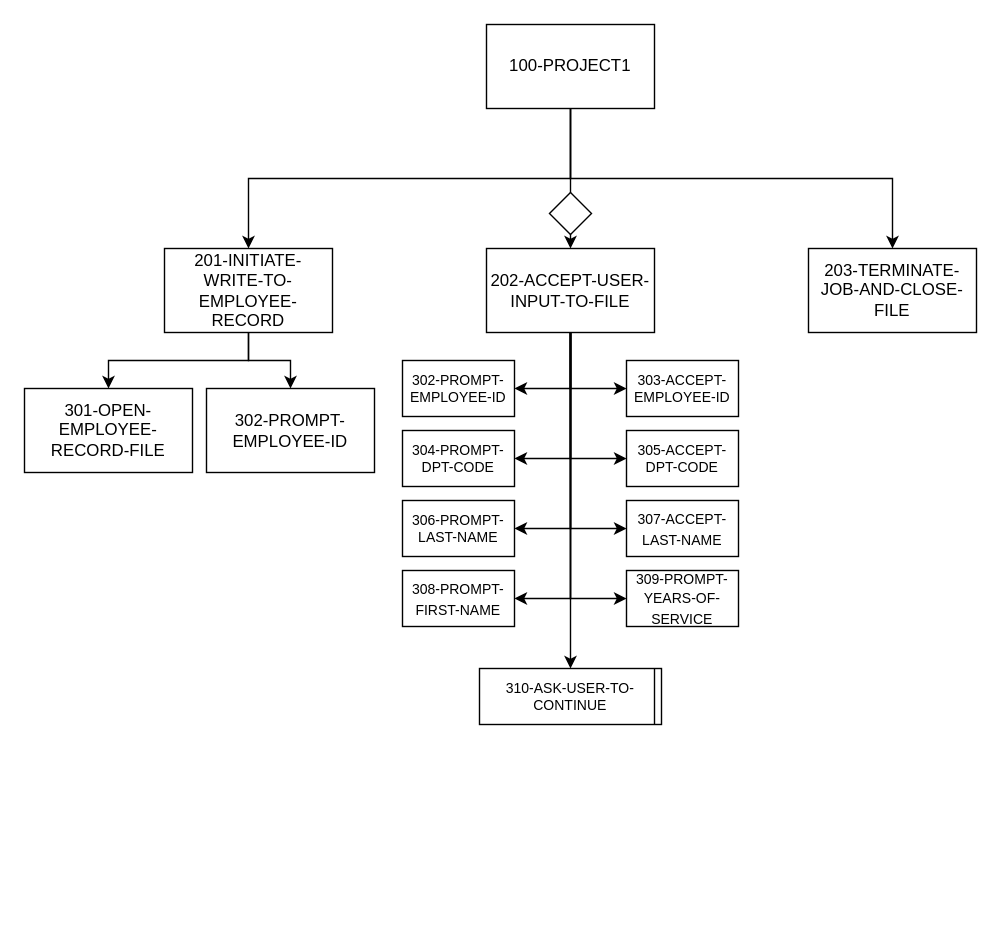
Above: Project_1_Function_Heirarchy.drawio in LavaLamp4708/CST8283_Project_1 (draw.io), before the change. Source tidied: cells renumbered, new cells numbered last; positions are measured from the earlier drawing's top-left corner, leaving out a move shared by most shapes. Both pictures are drawn from the tidied source at 140%, with x=0, y=0 at pixel (24, 24).
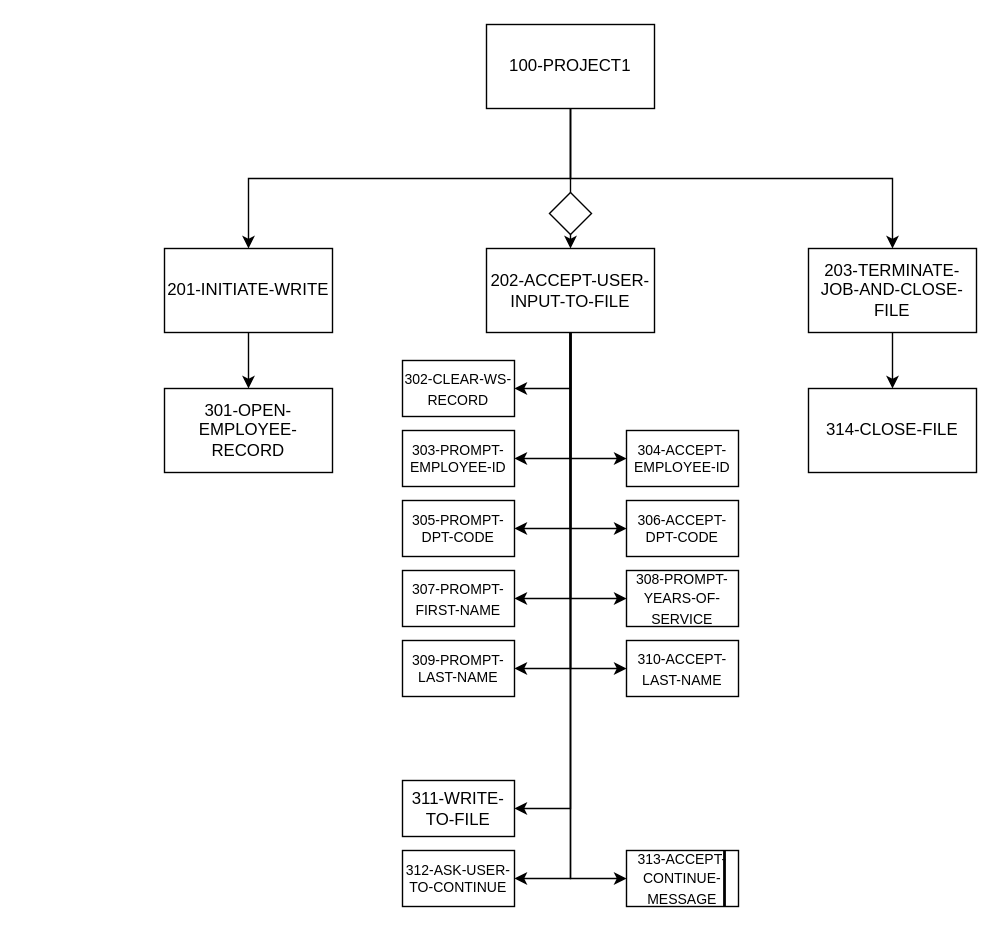
After the change.

Commit message:
Finished function heirarchy

Unchanged cells that the change refers to:
```xml
<mxCell id="18" value="202-ACCEPT-USER-INPUT-TO-FILE" style="whiteSpace=wrap;html=1;" parent="1" vertex="1">
  <mxGeometry x="330" y="160" width="120" height="60" as="geometry" />
</mxCell>
<mxCell id="19" value="203-TERMINATE-JOB-AND-CLOSE-FILE" style="whiteSpace=wrap;html=1;" parent="1" vertex="1">
  <mxGeometry x="560" y="160" width="120" height="60" as="geometry" />
</mxCell>
```

The edit, as a diff of the source:
```diff
@@
-    <mxCell id="7" style="edgeStyle=orthogonalEdgeStyle;rounded=0;jettySize=auto;html=1;" parent="1" edge="1" source="8" target="32">
-      <mxGeometry relative="1" as="geometry" />
-    </mxCell>
-    <mxCell id="8" value="201-INITIATE-WRITE-TO-EMPLOYEE-RECORD" style="whiteSpace=wrap;html=1;" parent="1" vertex="1">
+    <mxCell id="8" value="201-INITIATE-WRITE" style="whiteSpace=wrap;html=1;" parent="1" vertex="1">
       <mxGeometry x="100" y="160" width="120" height="60" as="geometry" />
     </mxCell>
-    <mxCell id="9" style="edgeStyle=orthogonalEdgeStyle;rounded=0;jettySize=auto;html=1;" parent="1" edge="1" source="18" target="29">
-      <mxGeometry relative="1" as="geometry" />
-    </mxCell>
@@
+    <mxCell id="9" style="edgeStyle=orthogonalEdgeStyle;rounded=0;jettySize=auto;html=1;entryX=1;entryY=0.5;entryDx=0;entryDy=0;" parent="1" edge="1" source="18" target="29">
+      <mxGeometry relative="1" as="geometry" />
+    </mxCell>
+    <mxCell id="34" style="edgeStyle=orthogonalEdgeStyle;rounded=0;jettySize=auto;html=1;entryX=0;entryY=0.5;entryDx=0;entryDy=0;" parent="1" edge="1" source="18" target="38">
+      <mxGeometry relative="1" as="geometry" />
+    </mxCell>
+    <mxCell id="35" style="edgeStyle=orthogonalEdgeStyle;rounded=0;jettySize=auto;html=1;entryX=1;entryY=0.5;entryDx=0;entryDy=0;" parent="1" edge="1" source="18" target="41">
+      <mxGeometry relative="1" as="geometry" />
+    </mxCell>
+    <mxCell id="36" style="edgeStyle=orthogonalEdgeStyle;rounded=0;jettySize=auto;html=1;entryX=1;entryY=0.5;entryDx=0;entryDy=0;" parent="1" edge="1" source="18" target="42">
+      <mxGeometry relative="1" as="geometry" />
+    </mxCell>
@@
+    <mxCell id="37" style="edgeStyle=orthogonalEdgeStyle;rounded=0;jettySize=auto;html=1;" parent="1" edge="1" source="19" target="39">
+      <mxGeometry relative="1" as="geometry" />
+    </mxCell>
@@
-    <mxCell id="21" value="302-PROMPT-EMPLOYEE-ID" style="whiteSpace=wrap;html=1;fontSize=10;" parent="1" vertex="1">
-      <mxGeometry x="270" y="240" width="80" height="40" as="geometry" />
+    <mxCell id="21" value="303-PROMPT-EMPLOYEE-ID" style="whiteSpace=wrap;html=1;fontSize=10;" parent="1" vertex="1">
+      <mxGeometry x="270" y="290" width="80" height="40" as="geometry" />
     </mxCell>
-    <mxCell id="22" value="303-ACCEPT-EMPLOYEE-ID" style="whiteSpace=wrap;html=1;fontSize=10;" parent="1" vertex="1">
-      <mxGeometry x="430" y="240" width="80" height="40" as="geometry" />
+    <mxCell id="22" value="304-ACCEPT-EMPLOYEE-ID" style="whiteSpace=wrap;html=1;fontSize=10;" parent="1" vertex="1">
+      <mxGeometry x="430" y="290" width="80" height="40" as="geometry" />
     </mxCell>
-    <mxCell id="23" value="304-PROMPT-DPT-CODE" style="whiteSpace=wrap;html=1;fontSize=10;" parent="1" vertex="1">
-      <mxGeometry x="270" y="290" width="80" height="40" as="geometry" />
+    <mxCell id="23" value="305-PROMPT-DPT-CODE" style="whiteSpace=wrap;html=1;fontSize=10;" parent="1" vertex="1">
+      <mxGeometry x="270" y="340" width="80" height="40" as="geometry" />
     </mxCell>
-    <mxCell id="24" value="306-PROMPT-LAST-NAME" style="whiteSpace=wrap;html=1;fontSize=10;" parent="1" vertex="1">
-      <mxGeometry x="270" y="340" width="80" height="40" as="geometry" />
+    <mxCell id="24" value="309-PROMPT-LAST-NAME" style="whiteSpace=wrap;html=1;fontSize=10;" parent="1" vertex="1">
+      <mxGeometry x="270" y="440" width="80" height="40" as="geometry" />
     </mxCell>
-    <mxCell id="25" value="305-ACCEPT-DPT-CODE" style="whiteSpace=wrap;html=1;fontSize=10;" parent="1" vertex="1">
-      <mxGeometry x="430" y="290" width="80" height="40" as="geometry" />
+    <mxCell id="25" value="306-ACCEPT-DPT-CODE" style="whiteSpace=wrap;html=1;fontSize=10;" parent="1" vertex="1">
+      <mxGeometry x="430" y="340" width="80" height="40" as="geometry" />
     </mxCell>
-    <mxCell id="26" value="&lt;font size=&quot;1&quot;&gt;307-ACCEPT-LAST-NAME&lt;/font&gt;" style="whiteSpace=wrap;html=1;" parent="1" vertex="1">
-      <mxGeometry x="430" y="340" width="80" height="40" as="geometry" />
+    <mxCell id="26" value="&lt;font size=&quot;1&quot;&gt;310-ACCEPT-LAST-NAME&lt;/font&gt;" style="whiteSpace=wrap;html=1;" parent="1" vertex="1">
+      <mxGeometry x="430" y="440" width="80" height="40" as="geometry" />
     </mxCell>
-    <mxCell id="27" value="&lt;font style=&quot;font-size: 10px;&quot;&gt;308-PROMPT-FIRST-NAME&lt;/font&gt;" style="whiteSpace=wrap;html=1;" parent="1" vertex="1">
+    <mxCell id="27" value="&lt;font style=&quot;font-size: 10px;&quot;&gt;307-PROMPT-FIRST-NAME&lt;/font&gt;" style="whiteSpace=wrap;html=1;" parent="1" vertex="1">
       <mxGeometry x="270" y="390" width="80" height="40" as="geometry" />
     </mxCell>
-    <mxCell id="28" value="&lt;font style=&quot;font-size: 10px;&quot;&gt;309-PROMPT-YEARS-OF-SERVICE&lt;/font&gt;" style="whiteSpace=wrap;html=1;" parent="1" vertex="1">
+    <mxCell id="28" value="&lt;font style=&quot;font-size: 10px;&quot;&gt;308-PROMPT-YEARS-OF-SERVICE&lt;/font&gt;" style="whiteSpace=wrap;html=1;" parent="1" vertex="1">
       <mxGeometry x="430" y="390" width="80" height="40" as="geometry" />
     </mxCell>
-    <mxCell id="29" value="310-ASK-USER-TO-CONTINUE" style="whiteSpace=wrap;html=1;fontSize=10;" parent="1" vertex="1">
-      <mxGeometry x="325" y="460" width="130" height="40" as="geometry" />
+    <mxCell id="29" value="312-ASK-USER-TO-CONTINUE" style="whiteSpace=wrap;html=1;fontSize=10;" parent="1" vertex="1">
+      <mxGeometry x="270" y="590" width="80" height="40" as="geometry" />
     </mxCell>
@@
-    <mxCell id="31" value="301-OPEN-EMPLOYEE-RECORD-FILE" style="whiteSpace=wrap;html=1;" parent="1" vertex="1">
-      <mxGeometry y="260" width="120" height="60" as="geometry" />
+    <mxCell id="31" value="301-OPEN-EMPLOYEE-RECORD" style="whiteSpace=wrap;html=1;" parent="1" vertex="1">
+      <mxGeometry x="100" y="260" width="120" height="60" as="geometry" />
     </mxCell>
-    <mxCell id="32" value="302-PROMPT-EMPLOYEE-ID" style="whiteSpace=wrap;html=1;" parent="1" vertex="1">
-      <mxGeometry x="130" y="260" width="120" height="60" as="geometry" />
-    </mxCell>
-    <mxCell id="33" style="edgeStyle=none;orthogonalLoop=1;jettySize=auto;html=1;rounded=0;strokeColor=default;curved=0;startArrow=none;startFill=0;endArrow=none;endFill=0;" parent="1" edge="1">
-      <mxGeometry relative="1" as="geometry">
-        <mxPoint x="450" y="460" as="sourcePoint" />
-        <mxPoint x="450" y="500" as="targetPoint" />
-      </mxGeometry>
-    </mxCell>
+    <mxCell id="38" value="&lt;font style=&quot;font-size: 10px;&quot;&gt;313-ACCEPT-CONTINUE-MESSAGE&lt;/font&gt;" style="whiteSpace=wrap;html=1;" parent="1" vertex="1">
+      <mxGeometry x="430" y="590" width="80" height="40" as="geometry" />
+    </mxCell>
+    <mxCell id="39" value="314-CLOSE-FILE" style="whiteSpace=wrap;html=1;" parent="1" vertex="1">
+      <mxGeometry x="560" y="260" width="120" height="60" as="geometry" />
+    </mxCell>
+    <mxCell id="40" style="edgeStyle=none;orthogonalLoop=1;jettySize=auto;html=1;rounded=0;exitX=0.875;exitY=0;exitDx=0;exitDy=0;exitPerimeter=0;entryX=0.875;entryY=1;entryDx=0;entryDy=0;entryPerimeter=0;endArrow=none;endFill=0;strokeWidth=2;" parent="1" edge="1" source="38" target="38">
+      <mxGeometry relative="1" as="geometry" />
+    </mxCell>
+    <mxCell id="41" value="311-WRITE-TO-FILE" style="whiteSpace=wrap;html=1;" parent="1" vertex="1">
+      <mxGeometry x="270" y="540" width="80" height="40" as="geometry" />
+    </mxCell>
+    <mxCell id="42" value="&lt;font style=&quot;font-size: 10px;&quot;&gt;302-CLEAR-WS-RECORD&lt;/font&gt;" style="whiteSpace=wrap;html=1;" parent="1" vertex="1">
+      <mxGeometry x="270" y="240" width="80" height="40" as="geometry" />
+    </mxCell>
```
